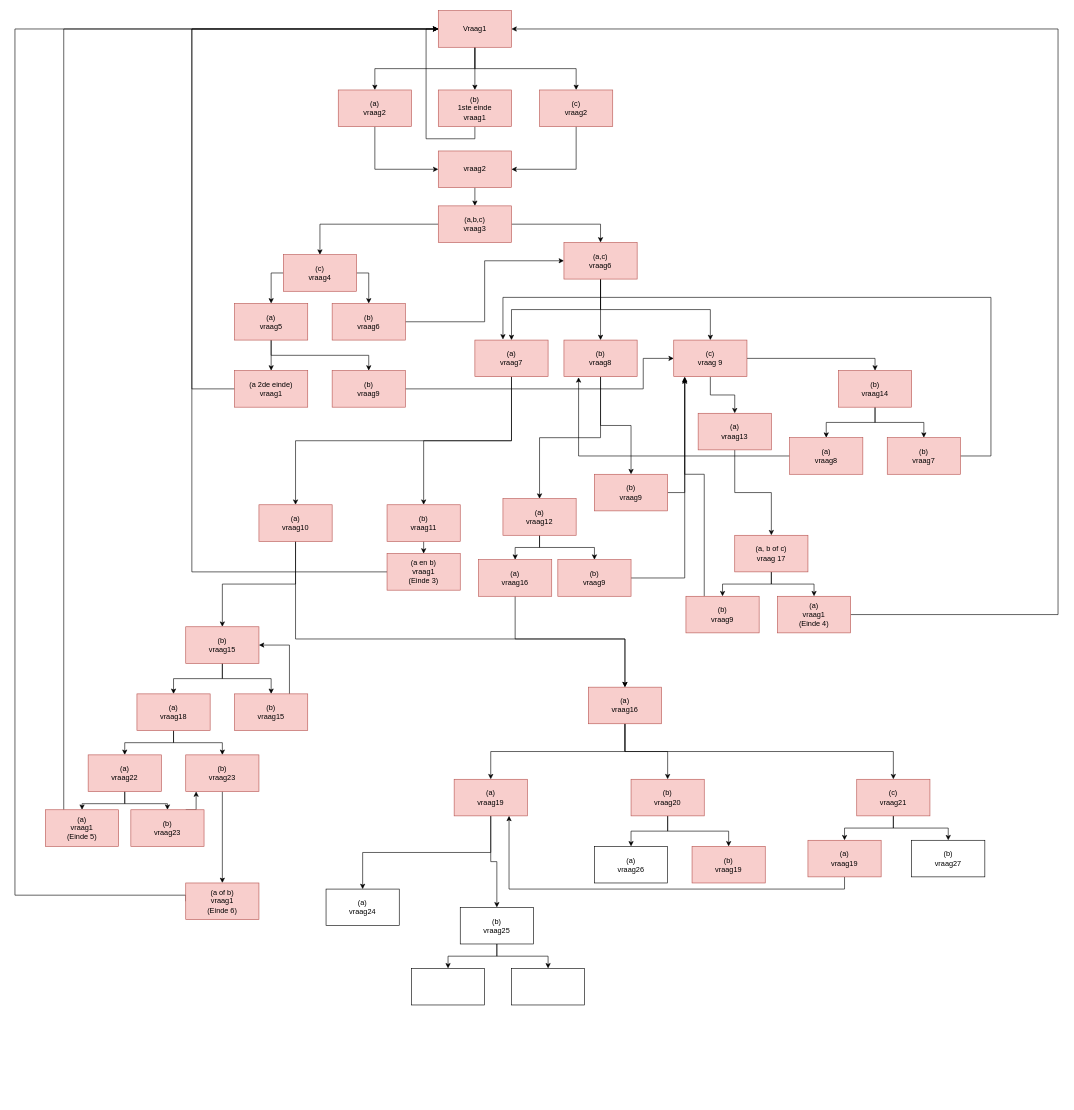
The draw.io diagram SchemaEindopdrachtBO.drawio in MikeHuijgen/HelloYouBeroepsopdracht, before the edit. Source tidied: cells renumbered, new cells numbered last; positions are measured from the earlier drawing's top-left corner, leaving out a move shared by most shapes. Both pictures are drawn from the tidied source at 61%, with x=0, y=0 at pixel (15, 10).
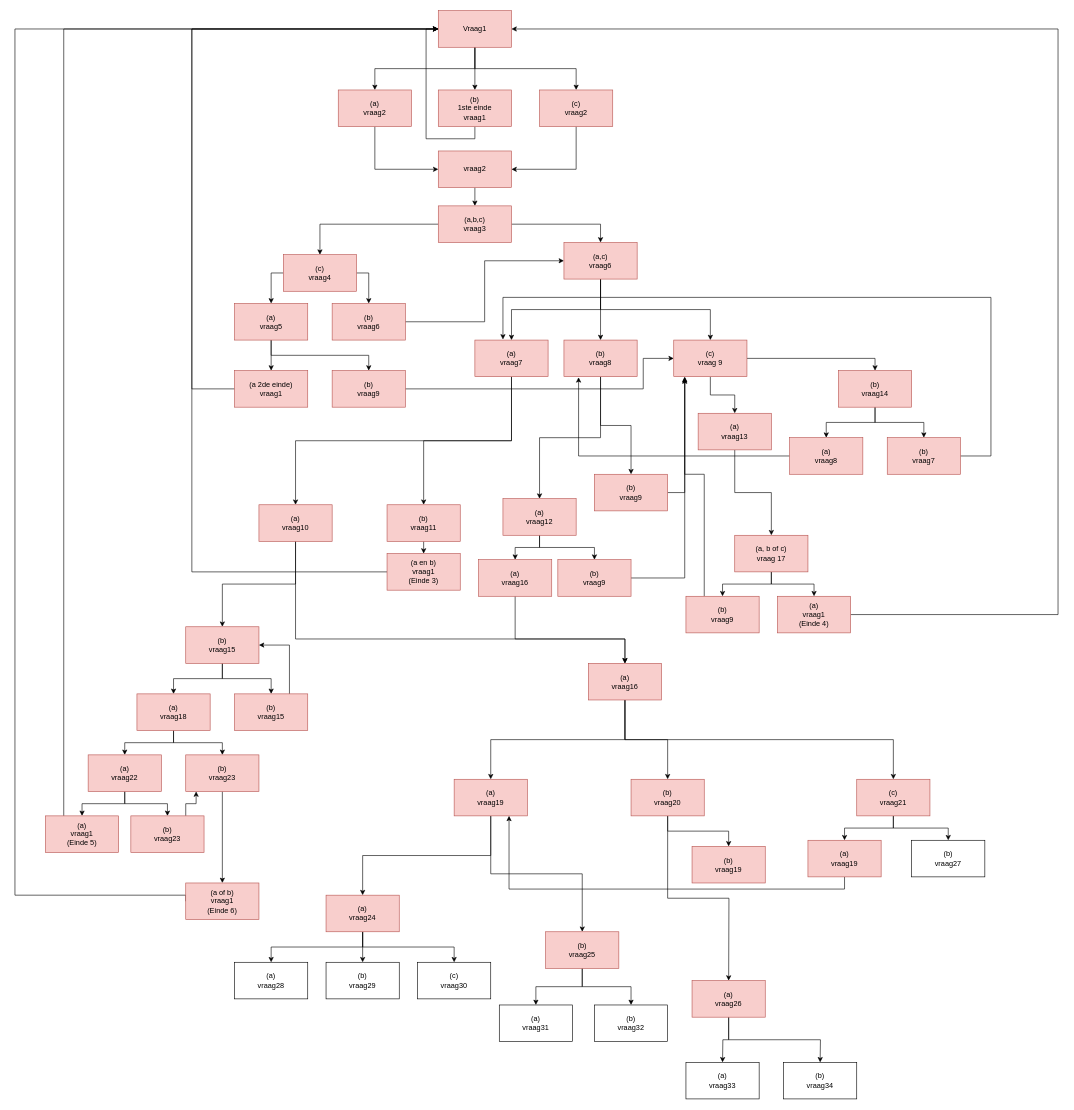
After the change.

Commit message (it also covers changes not shown here):
Vraag 21 t/m 26 gemaakt en schema aangepast

The change refers to these unchanged cells:
```xml
<mxCell id="87" value="(b)&lt;br&gt;vraag20" style="rounded=0;whiteSpace=wrap;html=1;fillColor=#f8cecc;strokeColor=#b85450;" parent="1" vertex="1">
  <mxGeometry x="1010" y="1260" width="120" height="60" as="geometry" />
</mxCell>
```

The edit, as a diff of the source:
```diff
@@
     <mxCell id="63" value="(a)&lt;br&gt;vraag16" style="rounded=0;whiteSpace=wrap;html=1;fillColor=#f8cecc;strokeColor=#b85450;" parent="1" vertex="1">
-      <mxGeometry x="940" y="1109" width="120" height="60" as="geometry" />
+      <mxGeometry x="940" y="1070" width="120" height="60" as="geometry" />
     </mxCell>
@@
-    <mxCell id="85" style="edgeStyle=orthogonalEdgeStyle;rounded=0;jettySize=auto;html=1;exitX=0.5;exitY=1;exitDx=0;exitDy=0;entryX=0.5;entryY=0;entryDx=0;entryDy=0;" parent="1" edge="1" source="87" target="110">
-      <mxGeometry relative="1" as="geometry" />
+    <mxCell id="85" style="edgeStyle=orthogonalEdgeStyle;rounded=0;jettySize=auto;html=1;exitX=0.5;exitY=1;exitDx=0;exitDy=0;" parent="1" edge="1" source="87">
+      <mxGeometry relative="1" as="geometry">
+        <mxPoint x="1170" y="1590" as="targetPoint" />
+      </mxGeometry>
     </mxCell>
@@
     <mxCell id="101" value="(a)&lt;br&gt;vraag1&lt;br&gt;(Einde 5)" style="rounded=0;whiteSpace=wrap;html=1;fillColor=#f8cecc;strokeColor=#b85450;" parent="1" vertex="1">
-      <mxGeometry x="50" y="1310" width="120" height="60" as="geometry" />
+      <mxGeometry x="50" y="1320" width="120" height="60" as="geometry" />
     </mxCell>
@@
     <mxCell id="103" value="(b)&lt;br&gt;vraag23" style="rounded=0;whiteSpace=wrap;html=1;fillColor=#f8cecc;strokeColor=#b85450;" parent="1" vertex="1">
-      <mxGeometry x="190" y="1310" width="120" height="60" as="geometry" />
+      <mxGeometry x="190" y="1320" width="120" height="60" as="geometry" />
     </mxCell>
@@
+    <mxCell id="117" style="edgeStyle=orthogonalEdgeStyle;rounded=0;jettySize=auto;html=1;exitX=0.5;exitY=1;exitDx=0;exitDy=0;entryX=0.5;entryY=0;entryDx=0;entryDy=0;" parent="1" edge="1" source="106" target="122">
+      <mxGeometry relative="1" as="geometry" />
+    </mxCell>
+    <mxCell id="118" style="edgeStyle=orthogonalEdgeStyle;rounded=0;jettySize=auto;html=1;exitX=0.5;exitY=1;exitDx=0;exitDy=0;entryX=0.5;entryY=0;entryDx=0;entryDy=0;" parent="1" edge="1" source="106" target="123">
+      <mxGeometry relative="1" as="geometry" />
+    </mxCell>
+    <mxCell id="119" style="edgeStyle=orthogonalEdgeStyle;rounded=0;jettySize=auto;html=1;exitX=0.5;exitY=1;exitDx=0;exitDy=0;entryX=0.5;entryY=0;entryDx=0;entryDy=0;" parent="1" edge="1" source="106" target="124">
+      <mxGeometry relative="1" as="geometry" />
+    </mxCell>
-    <mxCell id="106" value="(a)&lt;br&gt;vraag24" style="rounded=0;whiteSpace=wrap;html=1;" parent="1" vertex="1">
-      <mxGeometry x="510" y="1440" width="120" height="60" as="geometry" />
+    <mxCell id="106" value="(a)&lt;br&gt;vraag24" style="rounded=0;whiteSpace=wrap;html=1;fillColor=#f8cecc;strokeColor=#b85450;" parent="1" vertex="1">
+      <mxGeometry x="510" y="1450" width="120" height="60" as="geometry" />
     </mxCell>
+    <mxCell id="108" style="edgeStyle=orthogonalEdgeStyle;rounded=0;jettySize=auto;html=1;exitX=0.5;exitY=1;exitDx=0;exitDy=0;entryX=0.5;entryY=0;entryDx=0;entryDy=0;" parent="1" edge="1" source="109" target="111">
+      <mxGeometry relative="1" as="geometry" />
+    </mxCell>
@@
-    <mxCell id="108" style="edgeStyle=orthogonalEdgeStyle;rounded=0;jettySize=auto;html=1;exitX=0.5;exitY=1;exitDx=0;exitDy=0;entryX=0.5;entryY=0;entryDx=0;entryDy=0;" parent="1" edge="1" source="109" target="111">
-      <mxGeometry relative="1" as="geometry" />
-    </mxCell>
-    <mxCell id="109" value="(b)&lt;br&gt;vraag25" style="rounded=0;whiteSpace=wrap;html=1;" parent="1" vertex="1">
-      <mxGeometry x="730" y="1470" width="120" height="60" as="geometry" />
+    <mxCell id="109" value="(b)&lt;br&gt;vraag25" style="rounded=0;whiteSpace=wrap;html=1;fillColor=#f8cecc;strokeColor=#b85450;" parent="1" vertex="1">
+      <mxGeometry x="870" y="1510" width="120" height="60" as="geometry" />
     </mxCell>
+    <mxCell id="120" style="edgeStyle=orthogonalEdgeStyle;rounded=0;jettySize=auto;html=1;exitX=0.5;exitY=1;exitDx=0;exitDy=0;entryX=0.5;entryY=0;entryDx=0;entryDy=0;" parent="1" edge="1" source="110">
+      <mxGeometry relative="1" as="geometry">
+        <mxPoint x="1160" y="1724" as="targetPoint" />
+      </mxGeometry>
+    </mxCell>
+    <mxCell id="121" style="edgeStyle=orthogonalEdgeStyle;rounded=0;jettySize=auto;html=1;exitX=0.5;exitY=1;exitDx=0;exitDy=0;entryX=0.5;entryY=0;entryDx=0;entryDy=0;" parent="1" edge="1" source="110">
+      <mxGeometry relative="1" as="geometry">
+        <mxPoint x="1320" y="1724" as="targetPoint" />
+      </mxGeometry>
+    </mxCell>
-    <mxCell id="110" value="(a)&lt;br&gt;vraag26&lt;br&gt;" style="rounded=0;whiteSpace=wrap;html=1;" parent="1" vertex="1">
-      <mxGeometry x="950" y="1370" width="120" height="60" as="geometry" />
+    <mxCell id="110" value="(a)&lt;br&gt;vraag26&lt;br&gt;" style="rounded=0;whiteSpace=wrap;html=1;fillColor=#f8cecc;strokeColor=#b85450;" parent="1" vertex="1">
+      <mxGeometry x="1110" y="1590" width="120" height="60" as="geometry" />
     </mxCell>
-    <mxCell id="111" style="rounded=0;whiteSpace=wrap;html=1;" parent="1" vertex="1">
-      <mxGeometry x="650" y="1570" width="120" height="60" as="geometry" />
+    <mxCell id="111" value="(a)&lt;br&gt;vraag31" style="rounded=0;whiteSpace=wrap;html=1;" parent="1" vertex="1">
+      <mxGeometry x="794" y="1630" width="120" height="60" as="geometry" />
     </mxCell>
-    <mxCell id="112" style="rounded=0;whiteSpace=wrap;html=1;" parent="1" vertex="1">
-      <mxGeometry x="814" y="1570" width="120" height="60" as="geometry" />
+    <mxCell id="112" value="(b)&lt;br&gt;vraag32" style="rounded=0;whiteSpace=wrap;html=1;" parent="1" vertex="1">
+      <mxGeometry x="950" y="1630" width="120" height="60" as="geometry" />
     </mxCell>
@@
+    <mxCell id="122" value="(a)&lt;br&gt;vraag28" style="rounded=0;whiteSpace=wrap;html=1;" parent="1" vertex="1">
+      <mxGeometry x="360" y="1560" width="120" height="60" as="geometry" />
+    </mxCell>
+    <mxCell id="123" value="(c)&lt;br&gt;vraag30" style="rounded=0;whiteSpace=wrap;html=1;" parent="1" vertex="1">
+      <mxGeometry x="660" y="1560" width="120" height="60" as="geometry" />
+    </mxCell>
+    <mxCell id="124" value="(b)&lt;br&gt;vraag29" style="rounded=0;whiteSpace=wrap;html=1;" parent="1" vertex="1">
+      <mxGeometry x="510" y="1560" width="120" height="60" as="geometry" />
+    </mxCell>
+    <mxCell id="125" value="(a)&lt;br&gt;vraag33" style="rounded=0;whiteSpace=wrap;html=1;align=center;verticalAlign=middle;" parent="1" vertex="1">
+      <mxGeometry x="1100" y="1724" width="120" height="60" as="geometry" />
+    </mxCell>
+    <mxCell id="126" value="(b)&lt;br&gt;vraag34" style="rounded=0;whiteSpace=wrap;html=1;align=center;verticalAlign=middle;" parent="1" vertex="1">
+      <mxGeometry x="1260" y="1724" width="120" height="60" as="geometry" />
+    </mxCell>
```
